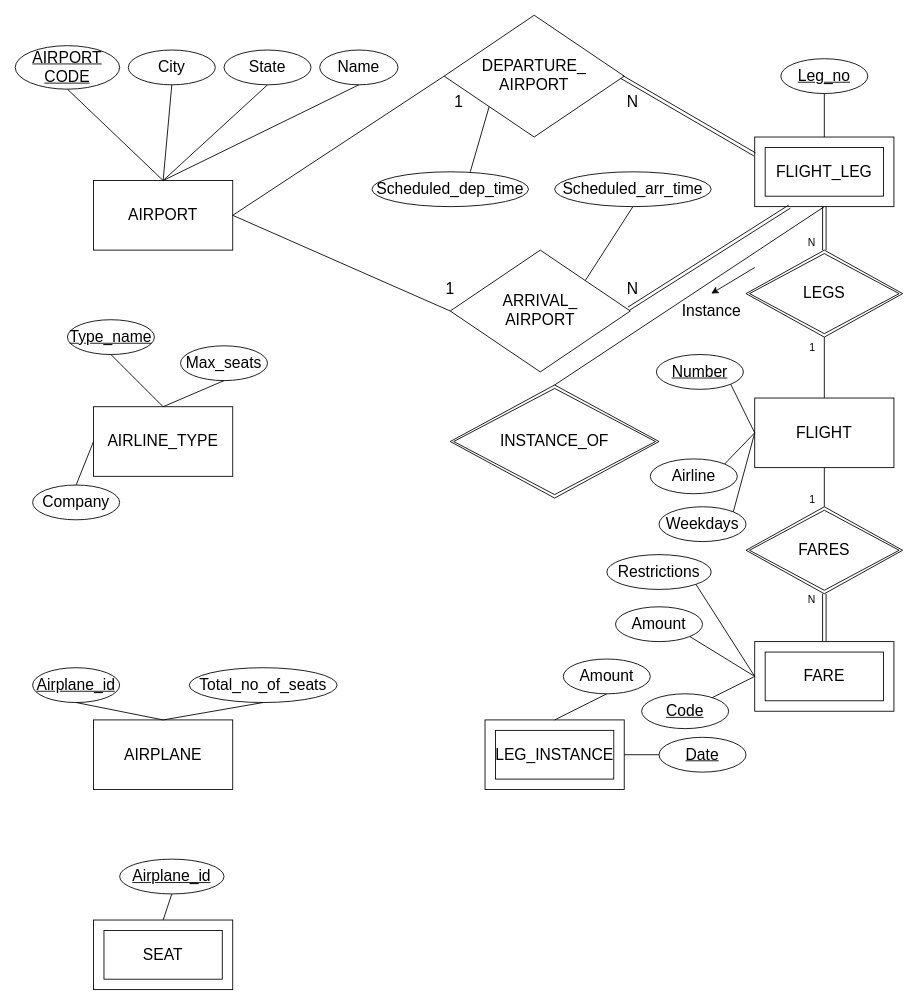
The draw.io diagram Untitled Diagram.drawio in BENHAN94/DB_model, before the edit. Source tidied: cells renumbered, new cells numbered last; positions are measured from the earlier drawing's top-left corner, leaving out a move shared by most shapes. Both pictures are drawn from the tidied source at 87%, with x=0, y=0 at pixel (15, 15).
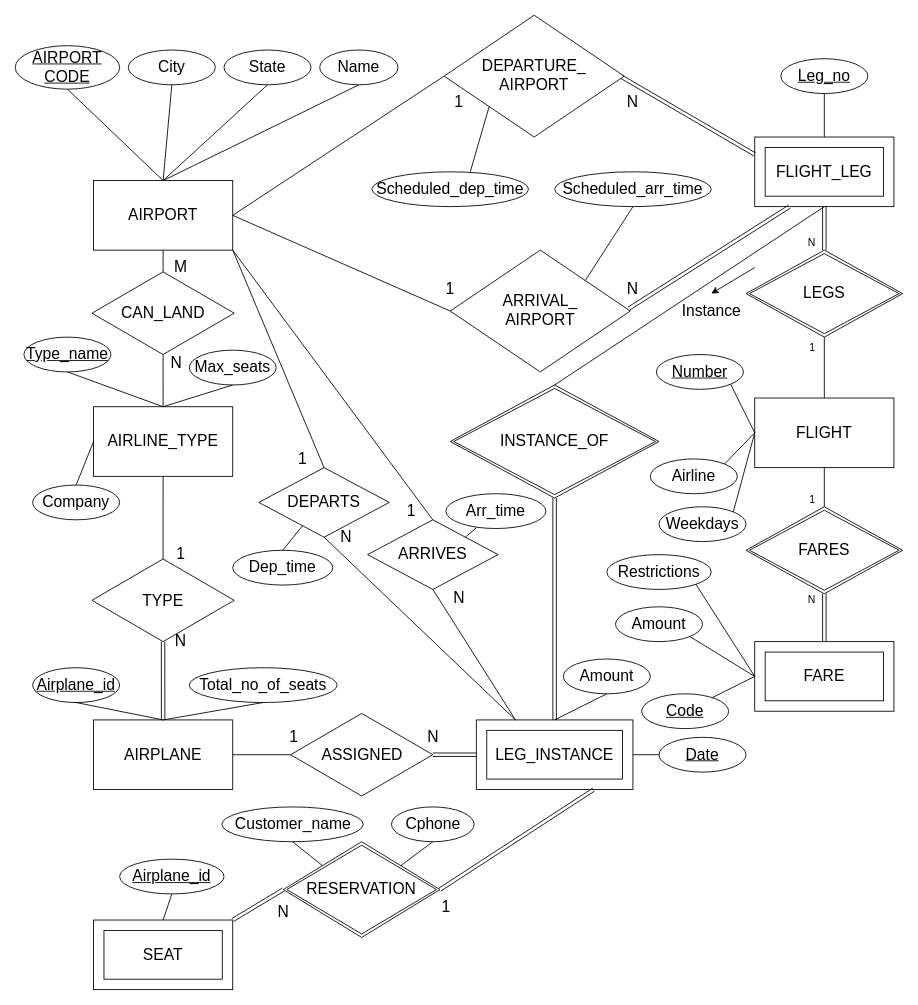
Above is the later version.

Unchanged cells that the change refers to:
```xml
<mxCell id="2" value="AIRPORT" style="rounded=0;whiteSpace=wrap;html=1;perimeterSpacing=0;sketch=0;fontSize=18;" parent="1" vertex="1">
  <mxGeometry x="90" y="190" width="160" height="80" as="geometry" />
</mxCell>
<mxCell id="4" value="AIRLINE_TYPE" style="rounded=0;whiteSpace=wrap;html=1;perimeterSpacing=0;sketch=0;fontSize=18;" parent="1" vertex="1">
  <mxGeometry x="90" y="450" width="160" height="80" as="geometry" />
</mxCell>
<mxCell id="5" value="AIRPLANE" style="rounded=0;whiteSpace=wrap;html=1;perimeterSpacing=0;sketch=0;fontSize=18;" parent="1" vertex="1">
  <mxGeometry x="90" y="810" width="160" height="80" as="geometry" />
</mxCell>
<mxCell id="7" value="SEAT" style="shape=ext;double=1;rounded=0;whiteSpace=wrap;html=1;glass=0;sketch=0;gradientColor=none;margin=10;fontSize=18;" parent="1" vertex="1">
  <mxGeometry x="90" y="1040" width="160" height="80" as="geometry" />
</mxCell>
<mxCell id="60" value="INSTANCE_OF" style="shape=rhombus;double=1;perimeter=rhombusPerimeter;whiteSpace=wrap;html=1;align=center;rounded=0;glass=0;sketch=0;gradientColor=none;fontSize=18;" parent="1" vertex="1">
  <mxGeometry x="500" y="425" width="240" height="130" as="geometry" />
</mxCell>
```

Change to the diagram source:
```diff
@@
     <mxCell id="9" value="LEG_INSTANCE" style="shape=ext;double=1;rounded=0;whiteSpace=wrap;html=1;glass=0;sketch=0;gradientColor=none;margin=10;fontSize=18;" parent="1" vertex="1">
-      <mxGeometry x="540" y="810" width="160" height="80" as="geometry" />
+      <mxGeometry x="530" y="810" width="180" height="80" as="geometry" />
     </mxCell>
@@
     <mxCell id="18" value="&lt;u style=&quot;font-size: 18px;&quot;&gt;Type_name&lt;/u&gt;" style="ellipse;whiteSpace=wrap;html=1;rounded=0;glass=0;sketch=0;gradientColor=none;fontSize=18;" parent="1" vertex="1">
-      <mxGeometry x="60" y="350" width="100" height="40" as="geometry" />
+      <mxGeometry x="10" y="370" width="100" height="40" as="geometry" />
     </mxCell>
     <mxCell id="19" value="Max_seats" style="ellipse;whiteSpace=wrap;html=1;rounded=0;glass=0;sketch=0;gradientColor=none;fontSize=18;" parent="1" vertex="1">
-      <mxGeometry x="190" y="380" width="100" height="40" as="geometry" />
+      <mxGeometry x="200" y="385" width="100" height="40" as="geometry" />
     </mxCell>
@@
+    <mxCell id="76" value="CAN_LAND" style="rhombus;whiteSpace=wrap;html=1;rounded=0;glass=0;sketch=0;gradientColor=none;fontSize=18;" parent="1" vertex="1">
+      <mxGeometry x="88.2" y="295" width="163.5" height="95" as="geometry" />
+    </mxCell>
+    <mxCell id="77" style="endArrow=none;html=1;entryX=0.5;entryY=0;entryDx=0;entryDy=0;fontSize=18;exitX=0.5;exitY=1;exitDx=0;exitDy=0;" parent="1" edge="1" source="2" target="76">
+      <mxGeometry relative="1" as="geometry" />
+    </mxCell>
+    <mxCell id="78" style="endArrow=none;html=1;entryX=0.5;entryY=1;entryDx=0;entryDy=0;fontSize=18;exitX=0.5;exitY=0;exitDx=0;exitDy=0;" parent="1" edge="1" source="4" target="76">
+      <mxGeometry relative="1" as="geometry" />
+    </mxCell>
+    <mxCell id="79" value="N&lt;br&gt;" style="text;html=1;align=center;verticalAlign=middle;fontSize=18;" parent="1" vertex="1">
+      <mxGeometry x="170" y="385" width="30" height="30" as="geometry" />
+    </mxCell>
+    <mxCell id="80" value="M" style="text;html=1;align=center;verticalAlign=middle;fontSize=18;" parent="1" vertex="1">
+      <mxGeometry x="175" y="275" width="30" height="30" as="geometry" />
+    </mxCell>
+    <mxCell id="81" value="TYPE" style="rhombus;whiteSpace=wrap;html=1;rounded=0;glass=0;sketch=0;gradientColor=none;fontSize=18;" parent="1" vertex="1">
+      <mxGeometry x="88.2" y="625" width="163.5" height="95" as="geometry" />
+    </mxCell>
+    <mxCell id="82" style="endArrow=none;html=1;entryX=0.5;entryY=0;entryDx=0;entryDy=0;fontSize=18;exitX=0.5;exitY=1;exitDx=0;exitDy=0;" parent="1" edge="1" source="4" target="81">
+      <mxGeometry relative="1" as="geometry" />
+    </mxCell>
+    <mxCell id="83" style="shape=link;html=1;rounded=0;fontSize=18;entryX=0.5;entryY=0;entryDx=0;entryDy=0;exitX=0.5;exitY=1;exitDx=0;exitDy=0;" parent="1" edge="1" source="81" target="5">
+      <mxGeometry relative="1" as="geometry" />
+    </mxCell>
+    <mxCell id="84" value="1" style="text;html=1;align=center;verticalAlign=middle;fontSize=18;" parent="1" vertex="1">
+      <mxGeometry x="175" y="605" width="30" height="30" as="geometry" />
+    </mxCell>
+    <mxCell id="85" value="N" style="text;html=1;align=center;verticalAlign=middle;fontSize=18;" parent="1" vertex="1">
+      <mxGeometry x="175" y="705" width="30" height="30" as="geometry" />
+    </mxCell>
+    <mxCell id="86" value="ASSIGNED" style="rhombus;whiteSpace=wrap;html=1;rounded=0;glass=0;sketch=0;gradientColor=none;fontSize=18;" parent="1" vertex="1">
+      <mxGeometry x="316.5" y="802.5" width="163.5" height="95" as="geometry" />
+    </mxCell>
+    <mxCell id="87" style="endArrow=none;html=1;entryX=1;entryY=0.5;entryDx=0;entryDy=0;fontSize=18;exitX=0;exitY=0.5;exitDx=0;exitDy=0;" parent="1" edge="1" source="86" target="5">
+      <mxGeometry relative="1" as="geometry" />
+    </mxCell>
+    <mxCell id="88" value="1" style="text;html=1;align=center;verticalAlign=middle;fontSize=18;" parent="1" vertex="1">
+      <mxGeometry x="305" y="815" width="30" height="30" as="geometry" />
+    </mxCell>
+    <mxCell id="89" style="shape=link;html=1;rounded=0;fontSize=18;entryX=1;entryY=0.5;entryDx=0;entryDy=0;exitX=0;exitY=0.5;exitDx=0;exitDy=0;" parent="1" edge="1" source="9" target="86">
+      <mxGeometry relative="1" as="geometry" />
+    </mxCell>
+    <mxCell id="90" value="N" style="text;html=1;align=center;verticalAlign=middle;fontSize=18;" parent="1" vertex="1">
+      <mxGeometry x="465" y="815" width="30" height="30" as="geometry" />
+    </mxCell>
+    <mxCell id="91" value="RESERVATION" style="shape=rhombus;double=1;perimeter=rhombusPerimeter;whiteSpace=wrap;html=1;align=center;rounded=0;glass=0;sketch=0;gradientColor=none;fontSize=18;" parent="1" vertex="1">
+      <mxGeometry x="308.2" y="950" width="180" height="110" as="geometry" />
+    </mxCell>
+    <mxCell id="92" style="shape=link;html=1;rounded=0;fontSize=18;entryX=1;entryY=0.5;entryDx=0;entryDy=0;exitX=0.75;exitY=1;exitDx=0;exitDy=0;" parent="1" edge="1" source="9" target="91">
+      <mxGeometry relative="1" as="geometry" />
+    </mxCell>
+    <mxCell id="93" style="shape=link;html=1;rounded=0;fontSize=18;entryX=0;entryY=0.5;entryDx=0;entryDy=0;exitX=1;exitY=0;exitDx=0;exitDy=0;" parent="1" edge="1" source="7" target="91">
+      <mxGeometry relative="1" as="geometry" />
+    </mxCell>
+    <mxCell id="94" value="N" style="edgeLabel;html=1;align=center;verticalAlign=middle;fontSize=18;" parent="93" vertex="1">
+      <mxGeometry x="0.66" y="-5" relative="1" as="geometry">
+        <mxPoint x="7.3" y="14.8" as="offset" />
+      </mxGeometry>
+    </mxCell>
+    <mxCell id="95" value="Cphone" style="ellipse;whiteSpace=wrap;html=1;rounded=0;glass=0;sketch=0;gradientColor=none;fontSize=18;" parent="1" vertex="1">
+      <mxGeometry x="432.5" y="910" width="95" height="40" as="geometry" />
+    </mxCell>
+    <mxCell id="96" value="Customer_name" style="ellipse;whiteSpace=wrap;html=1;rounded=0;glass=0;sketch=0;gradientColor=none;fontSize=18;" parent="1" vertex="1">
+      <mxGeometry x="237.5" y="910" width="162.5" height="40" as="geometry" />
+    </mxCell>
+    <mxCell id="97" style="endArrow=none;html=1;entryX=0.5;entryY=1;entryDx=0;entryDy=0;fontSize=18;exitX=0;exitY=0;exitDx=0;exitDy=0;" parent="1" edge="1" source="91" target="96">
+      <mxGeometry relative="1" as="geometry" />
+    </mxCell>
+    <mxCell id="98" style="endArrow=none;html=1;entryX=1;entryY=0;entryDx=0;entryDy=0;fontSize=18;exitX=0.5;exitY=1;exitDx=0;exitDy=0;" parent="1" edge="1" source="95" target="91">
+      <mxGeometry relative="1" as="geometry" />
+    </mxCell>
+    <mxCell id="99" value="1" style="text;html=1;align=center;verticalAlign=middle;fontSize=18;" parent="1" vertex="1">
+      <mxGeometry x="480" y="1010" width="30" height="30" as="geometry" />
+    </mxCell>
+    <mxCell id="100" value="DEPARTS" style="rhombus;whiteSpace=wrap;html=1;rounded=0;glass=0;sketch=0;gradientColor=none;fontSize=18;" parent="1" vertex="1">
+      <mxGeometry x="280" y="520" width="150" height="80" as="geometry" />
+    </mxCell>
+    <mxCell id="101" value="ARRIVES" style="rhombus;whiteSpace=wrap;html=1;rounded=0;glass=0;sketch=0;gradientColor=none;fontSize=18;" parent="1" vertex="1">
+      <mxGeometry x="405" y="580" width="150" height="80" as="geometry" />
+    </mxCell>
+    <mxCell id="102" style="endArrow=none;html=1;fontSize=18;entryX=0.5;entryY=0;entryDx=0;entryDy=0;exitX=1;exitY=1;exitDx=0;exitDy=0;" parent="1" edge="1" source="2" target="100">
+      <mxGeometry relative="1" as="geometry" />
+    </mxCell>
+    <mxCell id="103" style="endArrow=none;html=1;fontSize=18;entryX=0.5;entryY=0;entryDx=0;entryDy=0;exitX=1;exitY=1;exitDx=0;exitDy=0;" parent="1" edge="1" source="2" target="101">
+      <mxGeometry relative="1" as="geometry" />
+    </mxCell>
+    <mxCell id="104" style="endArrow=none;html=1;fontSize=18;entryX=0.5;entryY=1;entryDx=0;entryDy=0;exitX=0.25;exitY=0;exitDx=0;exitDy=0;" parent="1" edge="1" source="9" target="101">
+      <mxGeometry relative="1" as="geometry" />
+    </mxCell>
+    <mxCell id="105" style="endArrow=none;html=1;fontSize=18;entryX=0.5;entryY=1;entryDx=0;entryDy=0;exitX=0.25;exitY=0;exitDx=0;exitDy=0;" parent="1" edge="1" source="9" target="100">
+      <mxGeometry relative="1" as="geometry" />
+    </mxCell>
+    <mxCell id="106" value="Dep_time" style="ellipse;whiteSpace=wrap;html=1;rounded=0;glass=0;sketch=0;gradientColor=none;fontSize=18;" parent="1" vertex="1">
+      <mxGeometry x="250" y="615" width="115" height="40" as="geometry" />
+    </mxCell>
+    <mxCell id="107" value="Arr_time" style="ellipse;whiteSpace=wrap;html=1;rounded=0;glass=0;sketch=0;gradientColor=none;fontSize=18;" parent="1" vertex="1">
+      <mxGeometry x="495" y="550" width="115" height="40" as="geometry" />
+    </mxCell>
+    <mxCell id="108" style="shape=link;html=1;rounded=0;fontSize=18;entryX=0.5;entryY=0;entryDx=0;entryDy=0;exitX=0.5;exitY=1;exitDx=0;exitDy=0;" parent="1" edge="1" source="60" target="9">
+      <mxGeometry relative="1" as="geometry" />
+    </mxCell>
+    <mxCell id="109" style="endArrow=none;html=1;fontSize=18;entryX=0.337;entryY=0.83;entryDx=0;entryDy=0;exitX=0.5;exitY=0;exitDx=0;exitDy=0;entryPerimeter=0;" parent="1" edge="1" source="106" target="100">
+      <mxGeometry relative="1" as="geometry" />
+    </mxCell>
+    <mxCell id="110" style="endArrow=none;html=1;fontSize=18;entryX=0.306;entryY=0.974;entryDx=0;entryDy=0;exitX=1;exitY=0;exitDx=0;exitDy=0;entryPerimeter=0;" parent="1" edge="1" source="101" target="107">
+      <mxGeometry relative="1" as="geometry" />
+    </mxCell>
+    <mxCell id="111" value="1" style="text;html=1;align=center;verticalAlign=middle;fontSize=18;" parent="1" vertex="1">
+      <mxGeometry x="315" y="495" width="30" height="30" as="geometry" />
+    </mxCell>
+    <mxCell id="112" value="N" style="text;html=1;align=center;verticalAlign=middle;fontSize=18;" parent="1" vertex="1">
+      <mxGeometry x="365" y="585" width="30" height="30" as="geometry" />
+    </mxCell>
+    <mxCell id="113" value="1" style="text;html=1;align=center;verticalAlign=middle;fontSize=18;" parent="1" vertex="1">
+      <mxGeometry x="440" y="555" width="30" height="30" as="geometry" />
+    </mxCell>
+    <mxCell id="114" value="N" style="text;html=1;align=center;verticalAlign=middle;fontSize=18;" parent="1" vertex="1">
+      <mxGeometry x="495" y="655" width="30" height="30" as="geometry" />
+    </mxCell>
```
